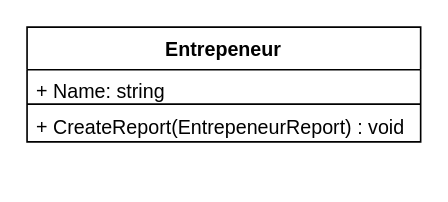
Before: Assets/Entrepeneur.drawio in ProgramacionII-Equipo3/Proyecto, a draw.io diagram. Source tidied: cells renumbered, new cells numbered last; positions are measured from the earlier drawing's top-left corner, leaving out a move shared by most shapes. Both pictures are drawn from the tidied source at 164%, with x=0, y=0 at pixel (26, 26).
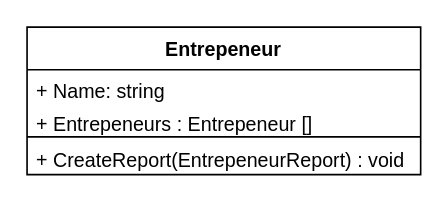
The same page after the edit.

Diff of the diagram source:
```diff
@@
 <mxGraphModel>
   <root>
     <mxCell id="0" />
     <mxCell id="1" parent="0" />
     <mxCell id="2" value="Entrepeneur" style="swimlane;fontStyle=1;align=center;verticalAlign=top;horizontal=1;startSize=26;" parent="1" vertex="1">
-      <mxGeometry width="240" height="70" as="geometry" />
+      <mxGeometry width="240" height="90" as="geometry" />
     </mxCell>
     <mxCell id="3" value="+ Name: string" style="text;strokeColor=none;fillColor=none;align=left;verticalAlign=top;spacingLeft=4;spacingRight=4;overflow=hidden;" parent="2" vertex="1">
       <mxGeometry y="26" width="240" height="20" as="geometry" />
     </mxCell>
+    <mxCell id="6" value="+ Entrepeneurs : Entrepeneur []" style="text;strokeColor=none;fillColor=none;align=left;verticalAlign=top;spacingLeft=4;spacingRight=4;overflow=hidden;" parent="2" vertex="1">
+      <mxGeometry y="46" width="240" height="20" as="geometry" />
+    </mxCell>
     <mxCell id="4" style="line;strokeWidth=1;fillColor=none;align=left;verticalAlign=middle;spacingTop=-1;spacingLeft=3;spacingRight=3;labelPosition=right;" parent="2" vertex="1">
-      <mxGeometry y="46" width="240" height="2" as="geometry" />
+      <mxGeometry y="66" width="240" height="2" as="geometry" />
     </mxCell>
     <mxCell id="5" value="+ CreateReport(EntrepeneurReport) : void" style="text;strokeColor=none;fillColor=none;align=left;verticalAlign=top;spacingLeft=4;spacingRight=4;overflow=hidden;" parent="2" vertex="1">
-      <mxGeometry y="48" width="240" height="22" as="geometry" />
+      <mxGeometry y="68" width="240" height="22" as="geometry" />
     </mxCell>
   </root>
 </mxGraphModel>
```
